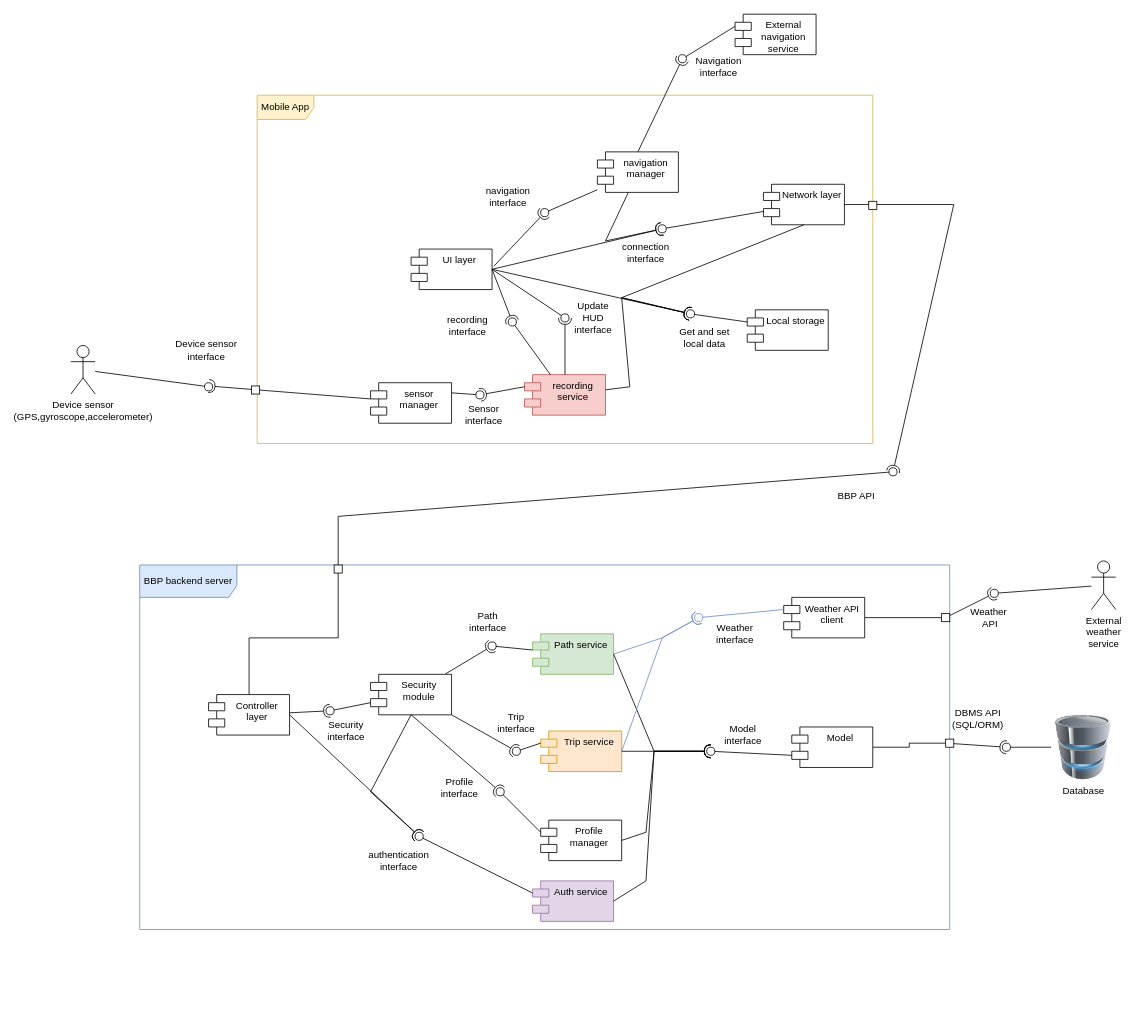
Before: page "Complete_low_level_diagram" (3 of 7) of DD/LaTeXCode/images/drawio/Component_diagram.drawio in jacopobellosi/Bellosi-Montanelli-Tempobono, a draw.io diagram. Source tidied: cells renumbered, new cells numbered last; positions are measured from the earlier drawing's top-left corner, leaving out a move shared by most shapes. Both pictures are drawn from the tidied source at 81%, with x=0, y=0 at pixel (70, 14).
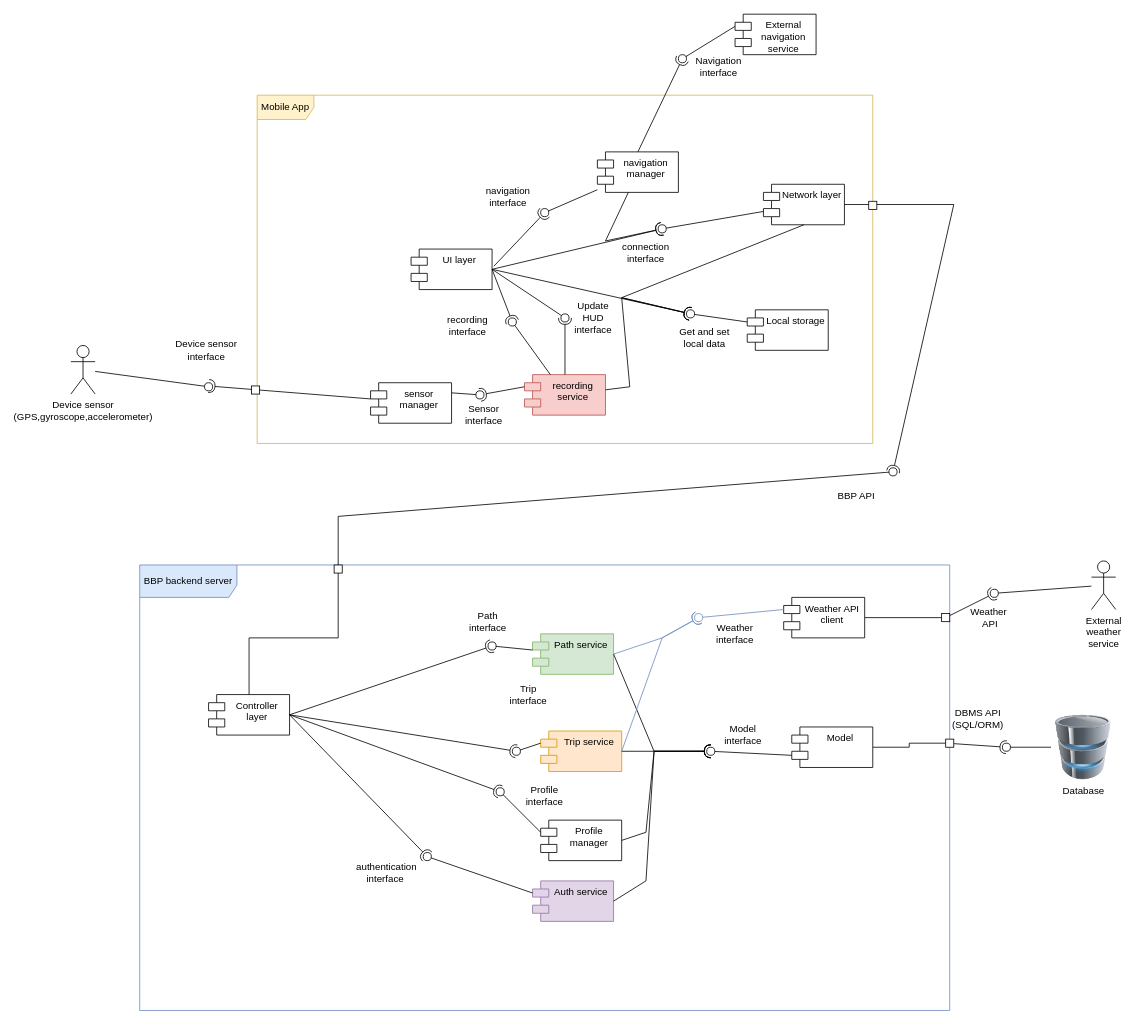
After the change.

Unchanged cells that the change refers to:
```xml
<mxCell id="26" value="Controller layer" style="shape=module;align=left;spacingLeft=20;align=center;verticalAlign=top;whiteSpace=wrap;html=1;" parent="1" vertex="1">
  <mxGeometry x="170" y="840" width="100" height="50" as="geometry" />
</mxCell>
```

Diff of the diagram source:
```diff
@@
     <mxCell id="2" value="BBP backend server" style="shape=umlFrame;whiteSpace=wrap;html=1;width=120;height=40;fillColor=#dae8fc;strokeColor=#6c8ebf;" parent="1" vertex="1">
-      <mxGeometry x="85" y="680" width="1000" height="450" as="geometry" />
+      <mxGeometry x="85" y="680" width="1000" height="550" as="geometry" />
     </mxCell>
@@
     <mxCell id="35" style="ellipse;whiteSpace=wrap;html=1;align=center;fillColor=none;strokeColor=none;perimeter=centerPerimeter;points=[];outlineConnect=1;" parent="1" vertex="1">
-      <mxGeometry x="425" y="1010" width="10" height="10" as="geometry" />
+      <mxGeometry x="435" y="1035" width="10" height="10" as="geometry" />
     </mxCell>
-    <mxCell id="36" style="rounded=0;jettySize=auto;html=1;endArrow=halfCircle;endFill=0;endSize=6;strokeWidth=1;sketch=0;" parent="1" edge="1" source="55">
+    <mxCell id="36" style="rounded=0;jettySize=auto;html=1;endArrow=halfCircle;endFill=0;endSize=6;strokeWidth=1;sketch=0;exitX=1;exitY=0.5;exitDx=0;exitDy=0;" parent="1" edge="1" source="26">
       <mxGeometry relative="1" as="geometry">
         <mxPoint x="520" y="780" as="targetPoint" />
       </mxGeometry>
     </mxCell>
@@
-    <mxCell id="39" style="rounded=0;jettySize=auto;html=1;endArrow=halfCircle;endFill=0;endSize=6;strokeWidth=1;sketch=0;exitX=1;exitY=1;exitDx=0;exitDy=0;" parent="1" edge="1" source="55">
+    <mxCell id="39" style="rounded=0;jettySize=auto;html=1;endArrow=halfCircle;endFill=0;endSize=6;strokeWidth=1;sketch=0;exitX=1;exitY=0.5;exitDx=0;exitDy=0;" parent="1" edge="1" source="26">
       <mxGeometry relative="1" as="geometry">
         <mxPoint x="550" y="910" as="targetPoint" />
       </mxGeometry>
     </mxCell>
@@
     <mxCell id="41" style="ellipse;whiteSpace=wrap;html=1;align=center;fillColor=none;strokeColor=none;perimeter=centerPerimeter;" parent="1" vertex="1">
-      <mxGeometry x="425" y="920" width="10" height="10" as="geometry" />
+      <mxGeometry x="425" y="910" width="10" height="10" as="geometry" />
     </mxCell>
-    <mxCell id="42" style="rounded=0;jettySize=auto;html=1;endArrow=halfCircle;endFill=0;endSize=6;strokeWidth=1;sketch=0;exitX=0.5;exitY=1;exitDx=0;exitDy=0;" parent="1" edge="1" source="55">
+    <mxCell id="42" style="rounded=0;jettySize=auto;html=1;endArrow=halfCircle;endFill=0;endSize=6;strokeWidth=1;sketch=0;exitX=1;exitY=0.5;exitDx=0;exitDy=0;" parent="1" edge="1" source="26">
       <mxGeometry relative="1" as="geometry">
         <mxPoint x="530" y="960" as="targetPoint" />
       </mxGeometry>
     </mxCell>
@@
-    <mxCell id="55" value="Security&lt;br&gt;module" style="shape=module;align=left;spacingLeft=20;align=center;verticalAlign=top;whiteSpace=wrap;html=1;" parent="1" vertex="1">
-      <mxGeometry x="370" y="815" width="100" height="50" as="geometry" />
-    </mxCell>
-    <mxCell id="56" style="rounded=0;jettySize=auto;html=1;endArrow=halfCircle;endFill=0;endSize=6;strokeWidth=1;sketch=0;" parent="1" edge="1" source="26">
-      <mxGeometry relative="1" as="geometry">
-        <mxPoint x="320" y="860" as="targetPoint" />
-      </mxGeometry>
-    </mxCell>
-    <mxCell id="57" style="rounded=0;jettySize=auto;html=1;endArrow=oval;endFill=0;sketch=0;sourcePerimeterSpacing=0;targetPerimeterSpacing=0;endSize=10;" parent="1" edge="1" source="55">
-      <mxGeometry relative="1" as="geometry">
-        <mxPoint x="320" y="860" as="targetPoint" />
-      </mxGeometry>
-    </mxCell>
@@
-    <mxCell id="102" style="rounded=0;jettySize=auto;html=1;endArrow=halfCircle;endFill=0;endSize=6;strokeWidth=1;sketch=0;exitX=0.5;exitY=1;exitDx=0;exitDy=0;" parent="1" edge="1" source="55" target="35">
-      <mxGeometry relative="1" as="geometry">
-        <Array as="points">
-          <mxPoint x="370" y="960" />
-        </Array>
-      </mxGeometry>
-    </mxCell>
@@
     <mxCell id="110" value="Profile&lt;br&gt;interface" style="text;html=1;whiteSpace=wrap;strokeColor=none;fillColor=none;align=center;verticalAlign=middle;rounded=0;" parent="1" vertex="1">
-      <mxGeometry x="450" y="940" width="60" height="30" as="geometry" />
+      <mxGeometry x="555" y="950" width="60" height="30" as="geometry" />
     </mxCell>
-    <mxCell id="111" value="authentication&lt;br&gt;interface" style="text;html=1;whiteSpace=wrap;strokeColor=none;fillColor=none;align=center;verticalAlign=middle;rounded=0;" parent="1" vertex="1">
-      <mxGeometry x="375" y="1030" width="60" height="30" as="geometry" />
+    <mxCell id="111" value="authentication&lt;br&gt;interface&amp;nbsp;" style="text;html=1;whiteSpace=wrap;strokeColor=none;fillColor=none;align=center;verticalAlign=middle;rounded=0;" parent="1" vertex="1">
+      <mxGeometry x="360" y="1045" width="60" height="30" as="geometry" />
     </mxCell>
-    <mxCell id="112" value="Security&lt;br&gt;interface" style="text;html=1;whiteSpace=wrap;strokeColor=none;fillColor=none;align=center;verticalAlign=middle;rounded=0;" parent="1" vertex="1">
-      <mxGeometry x="310" y="870" width="60" height="30" as="geometry" />
-    </mxCell>
@@
     <mxCell id="114" value="Trip&lt;br&gt;interface" style="text;html=1;whiteSpace=wrap;strokeColor=none;fillColor=none;align=center;verticalAlign=middle;rounded=0;" parent="1" vertex="1">
-      <mxGeometry x="520" y="860" width="60" height="30" as="geometry" />
+      <mxGeometry x="535" y="825" width="60" height="30" as="geometry" />
     </mxCell>
```
